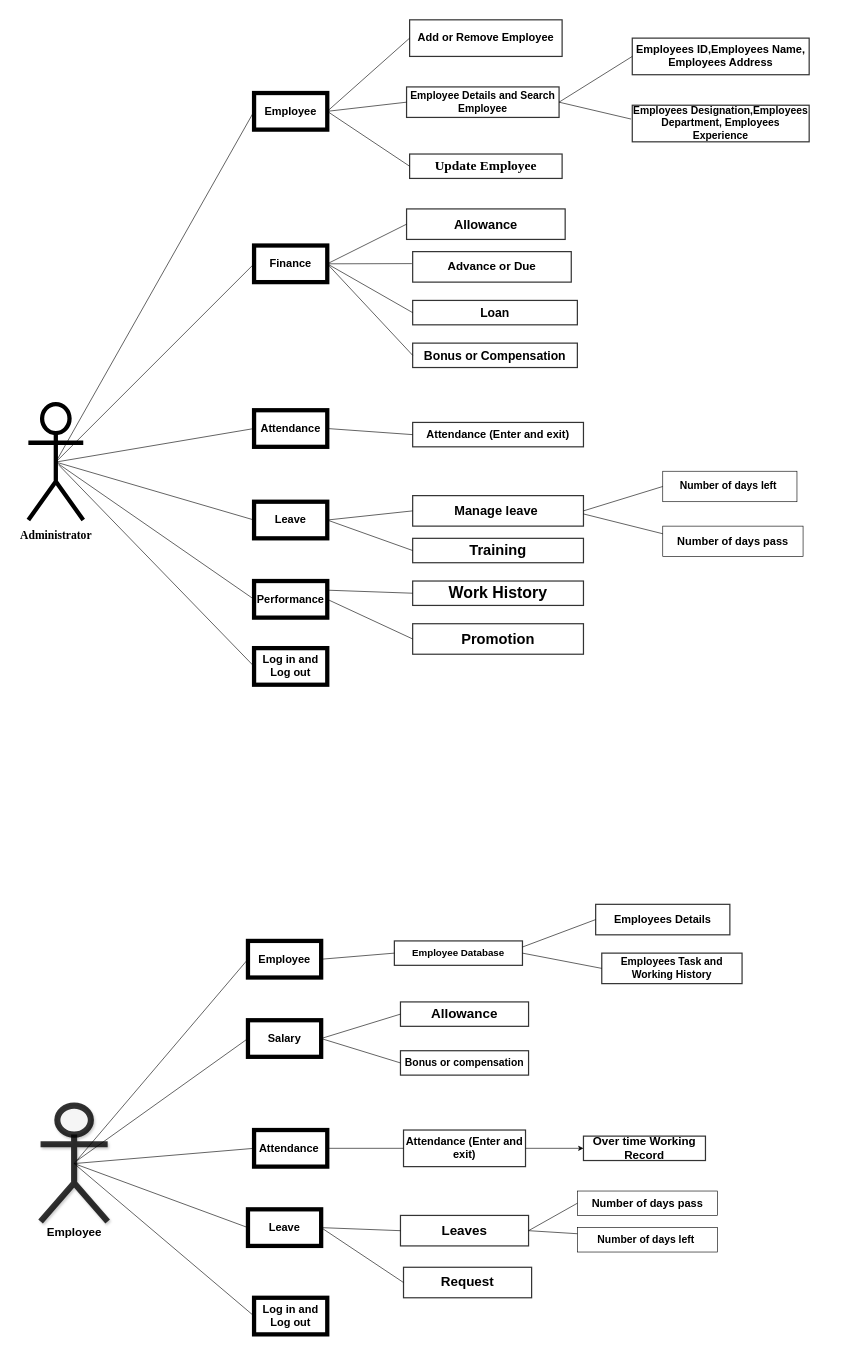
This is css/Untitled Diagram.drawio from SaykatMondal1911/Web-design, a draw.io file, before an edit. Source tidied: cells renumbered, new cells numbered last; positions are measured from the earlier drawing's top-left corner, leaving out a move shared by most shapes. Both pictures are drawn from the tidied source at 61%, with x=0, y=0 at pixel (28, 20).
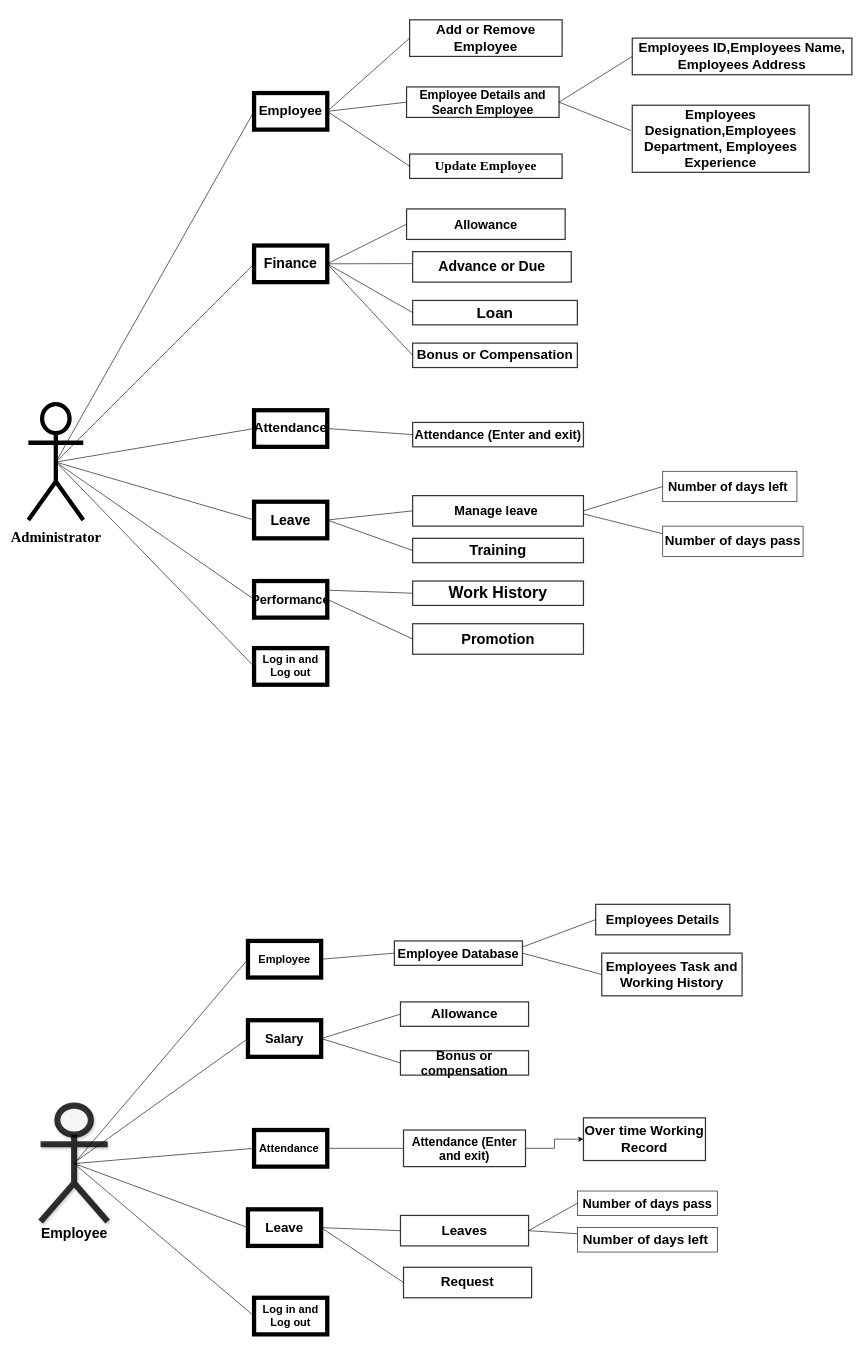
After the change.

Commit message:
Use case EMS

The edit, as a diff of the source:
```diff
@@
-    <mxCell id="2" value="&lt;font face=&quot;Times New Roman&quot; size=&quot;1&quot;&gt;&lt;b style=&quot;line-height: 190% ; font-size: 19px&quot;&gt;Administrator&lt;/b&gt;&lt;/font&gt;" style="shape=umlActor;verticalLabelPosition=bottom;verticalAlign=top;html=1;outlineConnect=0;strokeWidth=7;" parent="1" vertex="1">
+    <mxCell id="2" value="&lt;font face=&quot;Times New Roman&quot; size=&quot;1&quot;&gt;&lt;b style=&quot;line-height: 190% ; font-size: 24px&quot;&gt;Administrator&lt;/b&gt;&lt;/font&gt;" style="shape=umlActor;verticalLabelPosition=bottom;verticalAlign=top;html=1;outlineConnect=0;strokeWidth=7;" parent="1" vertex="1">
       <mxGeometry y="630" width="90" height="190" as="geometry" />
     </mxCell>
-    <mxCell id="3" value="&lt;h2&gt;Employee&lt;/h2&gt;" style="rounded=0;whiteSpace=wrap;html=1;strokeWidth=7;" parent="1" vertex="1">
+    <mxCell id="3" value="&lt;h2&gt;&lt;font style=&quot;font-size: 22px&quot;&gt;Employee&lt;/font&gt;&lt;/h2&gt;" style="rounded=0;whiteSpace=wrap;html=1;strokeWidth=7;" parent="1" vertex="1">
       <mxGeometry x="370" y="120" width="120" height="60" as="geometry" />
     </mxCell>
-    <mxCell id="4" value="&lt;h2&gt;Finance&lt;/h2&gt;" style="rounded=0;whiteSpace=wrap;html=1;strokeWidth=7;" parent="1" vertex="1">
+    <mxCell id="4" value="&lt;h2&gt;&lt;font style=&quot;font-size: 23px&quot;&gt;Finance&lt;/font&gt;&lt;/h2&gt;" style="rounded=0;whiteSpace=wrap;html=1;strokeWidth=7;" parent="1" vertex="1">
       <mxGeometry x="370" y="370" width="120" height="60" as="geometry" />
     </mxCell>
-    <mxCell id="5" value="&lt;h2&gt;Attendance&lt;/h2&gt;" style="rounded=0;whiteSpace=wrap;html=1;strokeWidth=7;" parent="1" vertex="1">
+    <mxCell id="5" value="&lt;h2&gt;&lt;font style=&quot;font-size: 22px&quot;&gt;Attendance&lt;/font&gt;&lt;/h2&gt;" style="rounded=0;whiteSpace=wrap;html=1;strokeWidth=7;" parent="1" vertex="1">
       <mxGeometry x="370" y="640" width="120" height="60" as="geometry" />
     </mxCell>
-    <mxCell id="6" value="&lt;h2&gt;Leave&lt;/h2&gt;" style="rounded=0;whiteSpace=wrap;html=1;strokeWidth=7;" parent="1" vertex="1">
+    <mxCell id="6" value="&lt;h2&gt;&lt;font style=&quot;font-size: 23px&quot;&gt;Leave&lt;/font&gt;&lt;/h2&gt;" style="rounded=0;whiteSpace=wrap;html=1;strokeWidth=7;" parent="1" vertex="1">
       <mxGeometry x="370" y="790" width="120" height="60" as="geometry" />
     </mxCell>
-    <mxCell id="7" value="&lt;h2&gt;Performance&lt;/h2&gt;" style="rounded=0;whiteSpace=wrap;html=1;strokeWidth=7;" parent="1" vertex="1">
+    <mxCell id="7" value="&lt;h2&gt;&lt;font style=&quot;font-size: 21px&quot;&gt;Performance&lt;/font&gt;&lt;/h2&gt;" style="rounded=0;whiteSpace=wrap;html=1;strokeWidth=7;" parent="1" vertex="1">
       <mxGeometry x="370" y="920" width="120" height="60" as="geometry" />
     </mxCell>
@@
-    <mxCell id="13" value="&lt;h4&gt;&lt;font style=&quot;font-size: 18px&quot;&gt;Add or Remove Employee&lt;/font&gt;&lt;/h4&gt;" style="rounded=0;whiteSpace=wrap;html=1;strokeWidth=2;opacity=80;fontSize=14;" parent="1" vertex="1">
+    <mxCell id="13" value="&lt;h4&gt;&lt;font style=&quot;font-size: 22px&quot;&gt;Add or Remove Employee&lt;/font&gt;&lt;/h4&gt;" style="rounded=0;whiteSpace=wrap;html=1;strokeWidth=2;opacity=80;fontSize=14;" parent="1" vertex="1">
       <mxGeometry x="625" width="250" height="60" as="geometry" />
     </mxCell>
-    <mxCell id="14" value="&lt;h4&gt;&lt;font style=&quot;font-size: 17px&quot;&gt;Employee Details and Search Employee&lt;/font&gt;&lt;/h4&gt;" style="rounded=0;whiteSpace=wrap;html=1;strokeWidth=2;opacity=80;fontSize=13;" parent="1" vertex="1">
+    <mxCell id="14" value="&lt;h4&gt;&lt;font style=&quot;font-size: 20px&quot;&gt;Employee Details and Search Employee&lt;/font&gt;&lt;/h4&gt;" style="rounded=0;whiteSpace=wrap;html=1;strokeWidth=2;opacity=80;fontSize=13;" parent="1" vertex="1">
       <mxGeometry x="620" y="110" width="250" height="50" as="geometry" />
     </mxCell>
@@
-    <mxCell id="17" value="&lt;h4&gt;&lt;font style=&quot;font-size: 19px&quot;&gt;Advance or Due&lt;/font&gt;&lt;/h4&gt;" style="rounded=0;whiteSpace=wrap;html=1;strokeWidth=2;fontSize=13;opacity=80;" parent="1" vertex="1">
+    <mxCell id="17" value="&lt;h4&gt;&lt;font style=&quot;font-size: 23px&quot;&gt;Advance or Due&lt;/font&gt;&lt;/h4&gt;" style="rounded=0;whiteSpace=wrap;html=1;strokeWidth=2;fontSize=13;opacity=80;" parent="1" vertex="1">
       <mxGeometry x="630" y="380" width="260" height="50" as="geometry" />
     </mxCell>
-    <mxCell id="18" value="&lt;font style=&quot;font-size: 20px&quot;&gt;&lt;b&gt;Loan&lt;/b&gt;&lt;/font&gt;" style="rounded=0;whiteSpace=wrap;html=1;strokeWidth=2;fontSize=13;opacity=80;" parent="1" vertex="1">
+    <mxCell id="18" value="&lt;font size=&quot;1&quot;&gt;&lt;b style=&quot;font-size: 25px&quot;&gt;Loan&lt;/b&gt;&lt;/font&gt;" style="rounded=0;whiteSpace=wrap;html=1;strokeWidth=2;fontSize=13;opacity=80;" parent="1" vertex="1">
       <mxGeometry x="630" y="460" width="270" height="40" as="geometry" />
     </mxCell>
-    <mxCell id="19" value="&lt;font style=&quot;font-size: 20px&quot;&gt;&lt;b&gt;Bonus or Compensation&lt;/b&gt;&lt;/font&gt;" style="rounded=0;whiteSpace=wrap;html=1;strokeWidth=2;fontSize=13;opacity=80;" parent="1" vertex="1">
+    <mxCell id="19" value="&lt;font size=&quot;1&quot;&gt;&lt;b style=&quot;font-size: 22px&quot;&gt;Bonus or Compensation&lt;/b&gt;&lt;/font&gt;" style="rounded=0;whiteSpace=wrap;html=1;strokeWidth=2;fontSize=13;opacity=80;" parent="1" vertex="1">
       <mxGeometry x="630" y="530" width="270" height="40" as="geometry" />
     </mxCell>
-    <mxCell id="20" value="&lt;b&gt;&lt;font style=&quot;font-size: 18px&quot;&gt;Attendance (Enter and exit)&lt;/font&gt;&lt;/b&gt;" style="rounded=0;whiteSpace=wrap;html=1;strokeWidth=2;fontSize=13;opacity=80;" parent="1" vertex="1">
+    <mxCell id="20" value="&lt;b&gt;&lt;font style=&quot;font-size: 21px&quot;&gt;Attendance (Enter and exit)&lt;/font&gt;&lt;/b&gt;" style="rounded=0;whiteSpace=wrap;html=1;strokeWidth=2;fontSize=13;opacity=80;" parent="1" vertex="1">
       <mxGeometry x="630" y="660" width="280" height="40" as="geometry" />
     </mxCell>
@@
-    <mxCell id="25" value="&lt;font size=&quot;1&quot;&gt;&lt;b style=&quot;font-size: 19px&quot;&gt;Employee&lt;/b&gt;&lt;/font&gt;" style="shape=umlActor;verticalLabelPosition=bottom;verticalAlign=top;html=1;outlineConnect=0;strokeWidth=10;fontSize=13;opacity=80;shadow=1;" parent="1" vertex="1">
+    <mxCell id="25" value="&lt;font size=&quot;1&quot;&gt;&lt;b style=&quot;font-size: 23px&quot;&gt;Employee&lt;/b&gt;&lt;/font&gt;" style="shape=umlActor;verticalLabelPosition=bottom;verticalAlign=top;html=1;outlineConnect=0;strokeWidth=10;fontSize=13;opacity=80;shadow=1;" parent="1" vertex="1">
       <mxGeometry x="20" y="1780" width="110" height="190" as="geometry" />
     </mxCell>
@@
-    <mxCell id="27" value="&lt;h2&gt;Salary&lt;/h2&gt;" style="rounded=0;whiteSpace=wrap;html=1;strokeWidth=7;" parent="1" vertex="1">
+    <mxCell id="27" value="&lt;h2&gt;&lt;font style=&quot;font-size: 21px&quot;&gt;Salary&lt;/font&gt;&lt;/h2&gt;" style="rounded=0;whiteSpace=wrap;html=1;strokeWidth=7;" parent="1" vertex="1">
       <mxGeometry x="360" y="1640" width="120" height="60" as="geometry" />
     </mxCell>
@@
-    <mxCell id="29" value="&lt;h2&gt;Leave&lt;/h2&gt;" style="rounded=0;whiteSpace=wrap;html=1;strokeWidth=7;" parent="1" vertex="1">
+    <mxCell id="29" value="&lt;h2&gt;&lt;font style=&quot;font-size: 22px&quot;&gt;Leave&lt;/font&gt;&lt;/h2&gt;" style="rounded=0;whiteSpace=wrap;html=1;strokeWidth=7;" parent="1" vertex="1">
       <mxGeometry x="360" y="1950" width="120" height="60" as="geometry" />
     </mxCell>
-    <mxCell id="30" value="&lt;b&gt;&lt;font style=&quot;font-size: 16px&quot;&gt;Employee Database&lt;/font&gt;&lt;/b&gt;" style="rounded=0;whiteSpace=wrap;html=1;strokeWidth=2;fontSize=13;opacity=80;" parent="1" vertex="1">
+    <mxCell id="30" value="&lt;b&gt;&lt;font style=&quot;font-size: 21px&quot;&gt;Employee Database&lt;/font&gt;&lt;/b&gt;" style="rounded=0;whiteSpace=wrap;html=1;strokeWidth=2;fontSize=13;opacity=80;" parent="1" vertex="1">
       <mxGeometry x="600" y="1510" width="210" height="40" as="geometry" />
     </mxCell>
@@
-    <mxCell id="33" value="&lt;b&gt;&lt;font style=&quot;font-size: 18px&quot;&gt;Attendance (Enter and exit)&lt;/font&gt;&lt;/b&gt;" style="rounded=0;whiteSpace=wrap;html=1;strokeWidth=2;fontSize=13;opacity=80;" parent="1" vertex="1">
+    <mxCell id="33" value="&lt;b&gt;&lt;font style=&quot;font-size: 20px&quot;&gt;Attendance (Enter and exit)&lt;/font&gt;&lt;/b&gt;" style="rounded=0;whiteSpace=wrap;html=1;strokeWidth=2;fontSize=13;opacity=80;" parent="1" vertex="1">
       <mxGeometry x="615" y="1820" width="200" height="60" as="geometry" />
     </mxCell>
@@
-    <mxCell id="54" value="&lt;b&gt;&lt;font style=&quot;font-size: 18px&quot;&gt;Employees Details&lt;/font&gt;&lt;/b&gt;" style="rounded=0;whiteSpace=wrap;html=1;strokeWidth=2;fontSize=13;opacity=80;" parent="1" vertex="1">
+    <mxCell id="54" value="&lt;b&gt;&lt;font style=&quot;font-size: 21px&quot;&gt;Employees Details&lt;/font&gt;&lt;/b&gt;" style="rounded=0;whiteSpace=wrap;html=1;strokeWidth=2;fontSize=13;opacity=80;" parent="1" vertex="1">
       <mxGeometry x="930" y="1450" width="220" height="50" as="geometry" />
     </mxCell>
-    <mxCell id="55" value="&lt;b&gt;&lt;font style=&quot;font-size: 17px&quot;&gt;Employees Task and Working History&lt;/font&gt;&lt;/b&gt;" style="rounded=0;whiteSpace=wrap;html=1;strokeWidth=2;fontSize=13;opacity=80;" parent="1" vertex="1">
-      <mxGeometry x="940" y="1530" width="230" height="50" as="geometry" />
+    <mxCell id="55" value="&lt;b&gt;&lt;font style=&quot;font-size: 22px&quot;&gt;Employees Task and Working History&lt;/font&gt;&lt;/b&gt;" style="rounded=0;whiteSpace=wrap;html=1;strokeWidth=2;fontSize=13;opacity=80;" parent="1" vertex="1">
+      <mxGeometry x="940" y="1530" width="230" height="70" as="geometry" />
     </mxCell>
-    <mxCell id="56" value="&lt;font style=&quot;font-size: 17px&quot;&gt;&lt;b&gt;Bonus or compensation&lt;/b&gt;&lt;/font&gt;" style="rounded=0;whiteSpace=wrap;html=1;strokeWidth=2;fontSize=13;opacity=80;" parent="1" vertex="1">
+    <mxCell id="56" value="&lt;font size=&quot;1&quot;&gt;&lt;b style=&quot;font-size: 21px&quot;&gt;Bonus or compensation&lt;/b&gt;&lt;/font&gt;" style="rounded=0;whiteSpace=wrap;html=1;strokeWidth=2;fontSize=13;opacity=80;" parent="1" vertex="1">
       <mxGeometry x="610" y="1690" width="210" height="40" as="geometry" />
     </mxCell>
-    <mxCell id="57" value="&lt;b&gt;&lt;font style=&quot;font-size: 19px&quot;&gt;Over time Working Record&lt;/font&gt;&lt;/b&gt;" style="rounded=0;whiteSpace=wrap;html=1;strokeWidth=2;fontSize=13;opacity=80;" parent="1" vertex="1">
-      <mxGeometry x="910" y="1830" width="200" height="40" as="geometry" />
+    <mxCell id="57" value="&lt;b&gt;&lt;font style=&quot;font-size: 22px&quot;&gt;Over time Working Record&lt;/font&gt;&lt;/b&gt;" style="rounded=0;whiteSpace=wrap;html=1;strokeWidth=2;fontSize=13;opacity=80;" parent="1" vertex="1">
+      <mxGeometry x="910" y="1800" width="200" height="70" as="geometry" />
     </mxCell>
@@
-    <mxCell id="61" value="&lt;h4&gt;&lt;font style=&quot;font-size: 18px&quot;&gt;Employees ID,Employees Name, Employees Address&lt;/font&gt;&lt;/h4&gt;" style="rounded=0;whiteSpace=wrap;html=1;strokeWidth=2;opacity=80;fontSize=14;" parent="1" vertex="1">
-      <mxGeometry x="990" y="30" width="290" height="60" as="geometry" />
+    <mxCell id="61" value="&lt;h4&gt;&lt;font style=&quot;font-size: 22px&quot;&gt;Employees ID,Employees Name, Employees Address&lt;/font&gt;&lt;/h4&gt;" style="rounded=0;whiteSpace=wrap;html=1;strokeWidth=2;opacity=80;fontSize=14;" parent="1" vertex="1">
+      <mxGeometry x="990" y="30" width="360" height="60" as="geometry" />
     </mxCell>
-    <mxCell id="62" value="&lt;h4&gt;&lt;font style=&quot;font-size: 17px&quot;&gt;Employees Designation,Employees Department, Employees Experience&lt;/font&gt;&lt;/h4&gt;" style="rounded=0;whiteSpace=wrap;html=1;strokeWidth=2;opacity=80;fontSize=14;" parent="1" vertex="1">
-      <mxGeometry x="990" y="140" width="290" height="60" as="geometry" />
+    <mxCell id="62" value="&lt;h4&gt;&lt;font style=&quot;font-size: 22px&quot;&gt;Employees Designation,Employees Department, Employees Experience&lt;/font&gt;&lt;/h4&gt;" style="rounded=0;whiteSpace=wrap;html=1;strokeWidth=2;opacity=80;fontSize=14;" parent="1" vertex="1">
+      <mxGeometry x="990" y="140" width="290" height="110" as="geometry" />
     </mxCell>
@@
-    <mxCell id="76" value="&lt;b&gt;&lt;font style=&quot;font-size: 17px&quot;&gt;Number of days left&amp;nbsp;&lt;/font&gt;&lt;/b&gt;" style="rounded=0;whiteSpace=wrap;html=1;" parent="1" vertex="1">
+    <mxCell id="76" value="&lt;b&gt;&lt;font style=&quot;font-size: 21px&quot;&gt;Number of days left&amp;nbsp;&lt;/font&gt;&lt;/b&gt;" style="rounded=0;whiteSpace=wrap;html=1;" parent="1" vertex="1">
       <mxGeometry x="1040" y="740" width="220" height="50" as="geometry" />
     </mxCell>
-    <mxCell id="77" value="&lt;font style=&quot;font-size: 18px&quot;&gt;&lt;b&gt;Number of days pass&lt;/b&gt;&lt;/font&gt;" style="rounded=0;whiteSpace=wrap;html=1;" parent="1" vertex="1">
+    <mxCell id="77" value="&lt;font size=&quot;1&quot;&gt;&lt;b style=&quot;font-size: 22px&quot;&gt;Number of days pass&lt;/b&gt;&lt;/font&gt;" style="rounded=0;whiteSpace=wrap;html=1;" parent="1" vertex="1">
       <mxGeometry x="1040" y="830" width="230" height="50" as="geometry" />
     </mxCell>
-    <mxCell id="78" value="&lt;b&gt;&lt;font style=&quot;font-size: 17px&quot;&gt;Number of days left&amp;nbsp;&lt;/font&gt;&lt;/b&gt;" style="rounded=0;whiteSpace=wrap;html=1;" parent="1" vertex="1">
+    <mxCell id="78" value="&lt;b&gt;&lt;font style=&quot;font-size: 22px&quot;&gt;Number of days left&amp;nbsp;&lt;/font&gt;&lt;/b&gt;" style="rounded=0;whiteSpace=wrap;html=1;" parent="1" vertex="1">
       <mxGeometry x="900" y="1980" width="230" height="40" as="geometry" />
     </mxCell>
-    <mxCell id="79" value="&lt;font style=&quot;font-size: 18px&quot;&gt;&lt;b&gt;Number of days pass&lt;/b&gt;&lt;/font&gt;" style="rounded=0;whiteSpace=wrap;html=1;" parent="1" vertex="1">
+    <mxCell id="79" value="&lt;font size=&quot;1&quot;&gt;&lt;b style=&quot;font-size: 21px&quot;&gt;Number of days pass&lt;/b&gt;&lt;/font&gt;" style="rounded=0;whiteSpace=wrap;html=1;" parent="1" vertex="1">
       <mxGeometry x="900" y="1920" width="230" height="40" as="geometry" />
     </mxCell>
```
